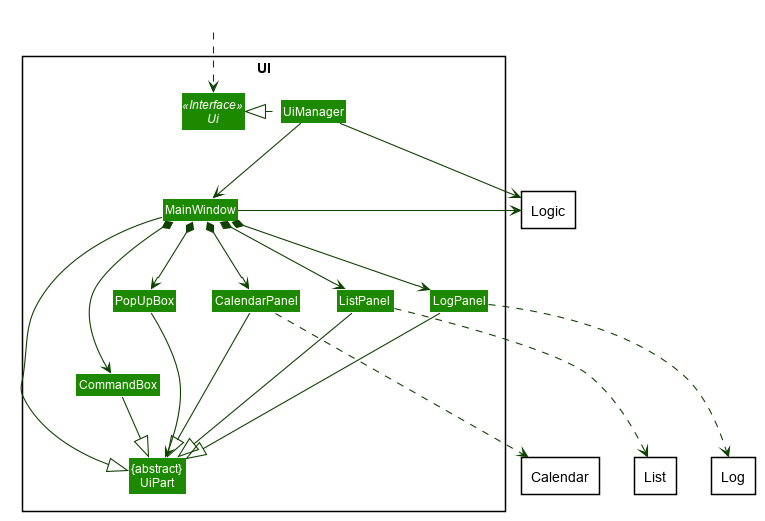
Above: docs/images/UiClassDiagram.png in nus-cs2103-AY1920S1/addressbook-level3 (PlantUML), before the change.
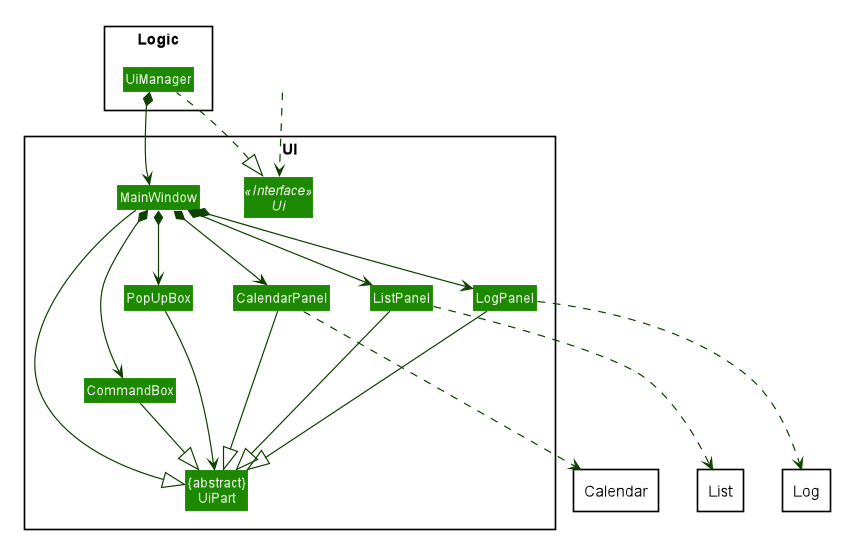
The same file after the commit.

Commit message:
Edited Class Diagrams.

Diff of the diagram source:
```diff
@@ -51,10 +51,9 @@
 skinparam arrowColor #0E4100
 skinparam classBackgroundColor #1D8900
 
-package UI <<Rectangle>>{
+package UI <<Rectangle>> {
 Interface Ui <<Interface>>
 Class "{abstract}\nUiPart" as UiPart
-Class UiManager
 Class MainWindow
 Class CommandBox
 Class CalendarPanel
@@ -63,7 +62,9 @@
 Class PopUpBox
 }
 
+
 package Logic <<Rectangle>> {
+    Class UiManager
 }
 
 package List <<Rectangle>> {
@@ -76,11 +77,10 @@
 }
 
 Class HiddenOutside #FFFFFF
-HiddenOutside ..> Ui
+HiddenOutside .down.> Ui
 
 UiManager .left.|> Ui
-UiManager -down-> MainWindow
-UiManager -right-> Logic
+UiManager *-down-> MainWindow
 
 MainWindow *-down-> CommandBox
 MainWindow *-down-> ListPanel
@@ -89,7 +89,6 @@
 MainWindow *-down-> PopUpBox
 
 MainWindow -|> UiPart
-MainWindow -right-> Logic
 
 CommandBox -down-|> UiPart
 
@@ -105,6 +104,6 @@
 PopUpBox -down--> UiPart
 
 MainWindow -[hidden]-|> UiPart
-MainWindow -[hidden]-|> UiPart
+UiManager -[hidden]-|> MainWindow
 
 @enduml
```
